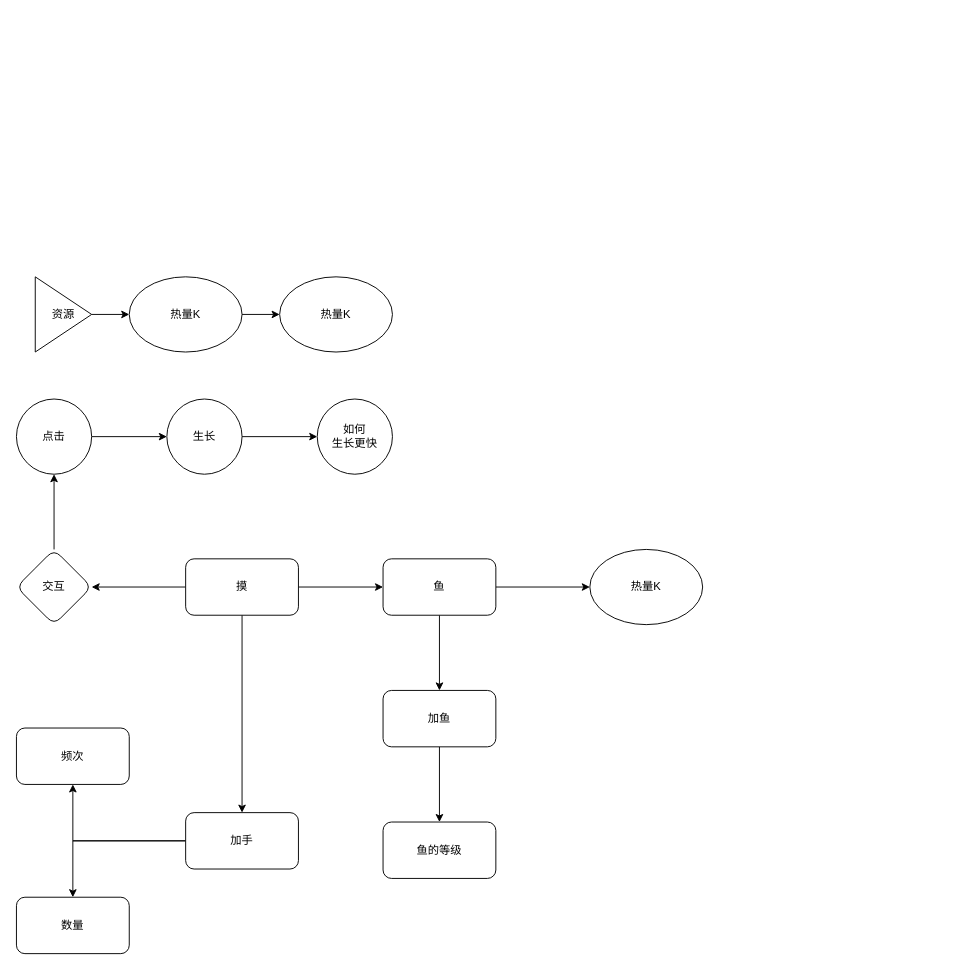
The draw.io diagram 未命名绘图.drawio in engimaxp/LearnGit, before the edit. Source tidied: cells renumbered, new cells numbered last; positions are measured from the earlier drawing's top-left corner, leaving out a move shared by most shapes. Both pictures are drawn from the tidied source at 94%, with x=0, y=0 at pixel (16, 276).
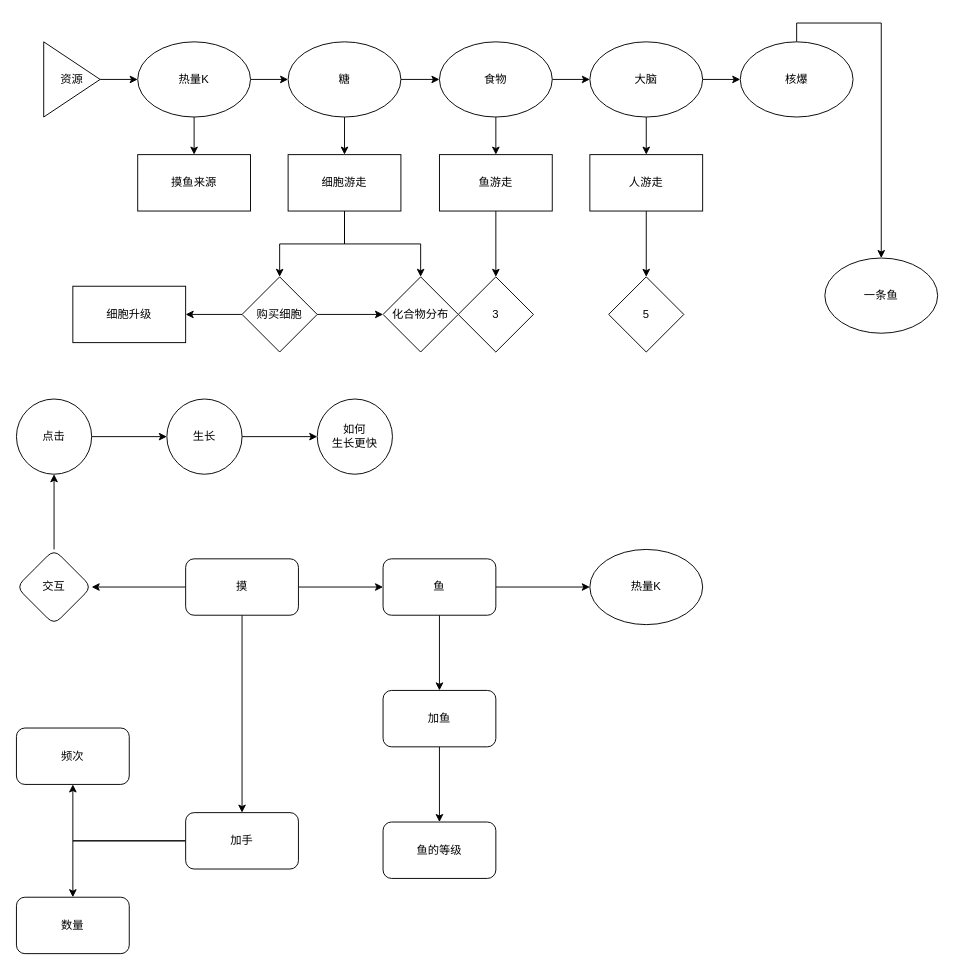
After the change.

Commit message (it also covers changes not shown here):
更新未命名绘图.drawio

What changed in the source:
```diff
@@
     <mxCell id="26" value="资源" style="triangle;whiteSpace=wrap;html=1;" parent="1" vertex="1">
-      <mxGeometry x="20" width="60" height="80" as="geometry" />
+      <mxGeometry x="29" y="-250" width="60" height="80" as="geometry" />
     </mxCell>
@@
+    <mxCell id="30" style="edgeStyle=orthogonalEdgeStyle;rounded=0;jettySize=auto;html=1;" parent="1" edge="1" source="28" target="36">
+      <mxGeometry relative="1" as="geometry" />
+    </mxCell>
     <mxCell id="28" value="热量K" style="ellipse;whiteSpace=wrap;html=1;" parent="1" vertex="1">
-      <mxGeometry x="120" width="120" height="80" as="geometry" />
+      <mxGeometry x="129" y="-250" width="120" height="80" as="geometry" />
     </mxCell>
+    <mxCell id="31" style="edgeStyle=orthogonalEdgeStyle;rounded=0;jettySize=auto;html=1;" parent="1" edge="1" source="29" target="35">
+      <mxGeometry relative="1" as="geometry" />
+    </mxCell>
+    <mxCell id="32" style="edgeStyle=orthogonalEdgeStyle;rounded=0;jettySize=auto;html=1;" parent="1" edge="1" source="29" target="39">
+      <mxGeometry relative="1" as="geometry" />
+    </mxCell>
-    <mxCell id="29" value="热量K" style="ellipse;whiteSpace=wrap;html=1;" parent="1" vertex="1">
-      <mxGeometry x="280" width="120" height="80" as="geometry" />
+    <mxCell id="29" value="糖" style="ellipse;whiteSpace=wrap;html=1;" parent="1" vertex="1">
+      <mxGeometry x="289" y="-250" width="120" height="80" as="geometry" />
     </mxCell>
+    <mxCell id="33" style="edgeStyle=orthogonalEdgeStyle;rounded=0;jettySize=auto;html=1;" parent="1" edge="1" source="35" target="46">
+      <mxGeometry relative="1" as="geometry" />
+    </mxCell>
+    <mxCell id="34" style="edgeStyle=orthogonalEdgeStyle;rounded=0;jettySize=auto;html=1;" parent="1" edge="1" source="35" target="49">
+      <mxGeometry relative="1" as="geometry" />
+    </mxCell>
+    <mxCell id="35" value="食物" style="ellipse;whiteSpace=wrap;html=1;" parent="1" vertex="1">
+      <mxGeometry x="450" y="-250" width="120" height="80" as="geometry" />
+    </mxCell>
+    <mxCell id="36" value="摸鱼来源" style="whiteSpace=wrap;html=1;" parent="1" vertex="1">
+      <mxGeometry x="129" y="-130" width="120" height="60" as="geometry" />
+    </mxCell>
+    <mxCell id="37" style="edgeStyle=orthogonalEdgeStyle;rounded=0;jettySize=auto;html=1;exitX=0.5;exitY=1;exitDx=0;exitDy=0;" parent="1" edge="1" source="39" target="42">
+      <mxGeometry relative="1" as="geometry" />
+    </mxCell>
+    <mxCell id="38" style="edgeStyle=orthogonalEdgeStyle;rounded=0;jettySize=auto;html=1;exitX=0.5;exitY=1;exitDx=0;exitDy=0;entryX=0.5;entryY=0;entryDx=0;entryDy=0;" parent="1" edge="1" source="39" target="44">
+      <mxGeometry relative="1" as="geometry" />
+    </mxCell>
+    <mxCell id="39" value="细胞游走" style="whiteSpace=wrap;html=1;" parent="1" vertex="1">
+      <mxGeometry x="289" y="-130" width="120" height="60" as="geometry" />
+    </mxCell>
+    <mxCell id="40" style="edgeStyle=orthogonalEdgeStyle;rounded=0;jettySize=auto;html=1;" parent="1" edge="1" source="42" target="43">
+      <mxGeometry relative="1" as="geometry" />
+    </mxCell>
+    <mxCell id="41" style="edgeStyle=orthogonalEdgeStyle;rounded=0;jettySize=auto;html=1;entryX=0;entryY=0.5;entryDx=0;entryDy=0;" parent="1" edge="1" source="42" target="44">
+      <mxGeometry relative="1" as="geometry" />
+    </mxCell>
+    <mxCell id="42" value="购买细胞" style="rhombus;whiteSpace=wrap;html=1;" parent="1" vertex="1">
+      <mxGeometry x="240" width="80" height="80" as="geometry" />
+    </mxCell>
+    <mxCell id="43" value="细胞升级" style="whiteSpace=wrap;html=1;" parent="1" vertex="1">
+      <mxGeometry x="60" y="10" width="120" height="60" as="geometry" />
+    </mxCell>
+    <mxCell id="44" value="化合物分布" style="rhombus;whiteSpace=wrap;html=1;" parent="1" vertex="1">
+      <mxGeometry x="390" width="80" height="80" as="geometry" />
+    </mxCell>
+    <mxCell id="45" style="edgeStyle=orthogonalEdgeStyle;rounded=0;jettySize=auto;html=1;" parent="1" edge="1" source="46" target="54">
+      <mxGeometry relative="1" as="geometry" />
+    </mxCell>
+    <mxCell id="46" value="鱼游走" style="whiteSpace=wrap;html=1;" parent="1" vertex="1">
+      <mxGeometry x="450" y="-130" width="120" height="60" as="geometry" />
+    </mxCell>
+    <mxCell id="47" style="edgeStyle=orthogonalEdgeStyle;rounded=0;jettySize=auto;html=1;" parent="1" edge="1" source="49" target="51">
+      <mxGeometry relative="1" as="geometry" />
+    </mxCell>
+    <mxCell id="48" style="edgeStyle=orthogonalEdgeStyle;rounded=0;jettySize=auto;html=1;" parent="1" edge="1" source="49" target="53">
+      <mxGeometry relative="1" as="geometry" />
+    </mxCell>
+    <mxCell id="49" value="大脑" style="ellipse;whiteSpace=wrap;html=1;" parent="1" vertex="1">
+      <mxGeometry x="610" y="-250" width="120" height="80" as="geometry" />
+    </mxCell>
+    <mxCell id="50" style="edgeStyle=orthogonalEdgeStyle;rounded=0;jettySize=auto;html=1;" parent="1" edge="1" source="51" target="55">
+      <mxGeometry relative="1" as="geometry" />
+    </mxCell>
+    <mxCell id="51" value="人游走" style="whiteSpace=wrap;html=1;" parent="1" vertex="1">
+      <mxGeometry x="610" y="-130" width="120" height="60" as="geometry" />
+    </mxCell>
+    <mxCell id="52" style="edgeStyle=orthogonalEdgeStyle;rounded=0;jettySize=auto;html=1;exitX=0.5;exitY=0;exitDx=0;exitDy=0;entryX=0.5;entryY=0;entryDx=0;entryDy=0;" parent="1" edge="1" source="53" target="56">
+      <mxGeometry relative="1" as="geometry" />
+    </mxCell>
+    <mxCell id="53" value="核爆" style="ellipse;whiteSpace=wrap;html=1;" parent="1" vertex="1">
+      <mxGeometry x="770" y="-250" width="120" height="80" as="geometry" />
+    </mxCell>
+    <mxCell id="54" value="3" style="rhombus;whiteSpace=wrap;html=1;" parent="1" vertex="1">
+      <mxGeometry x="470" width="80" height="80" as="geometry" />
+    </mxCell>
+    <mxCell id="55" value="5" style="rhombus;whiteSpace=wrap;html=1;" parent="1" vertex="1">
+      <mxGeometry x="630" width="80" height="80" as="geometry" />
+    </mxCell>
+    <mxCell id="56" value="一条鱼" style="ellipse;whiteSpace=wrap;html=1;" parent="1" vertex="1">
+      <mxGeometry x="860" y="-20" width="120" height="80" as="geometry" />
+    </mxCell>
```
